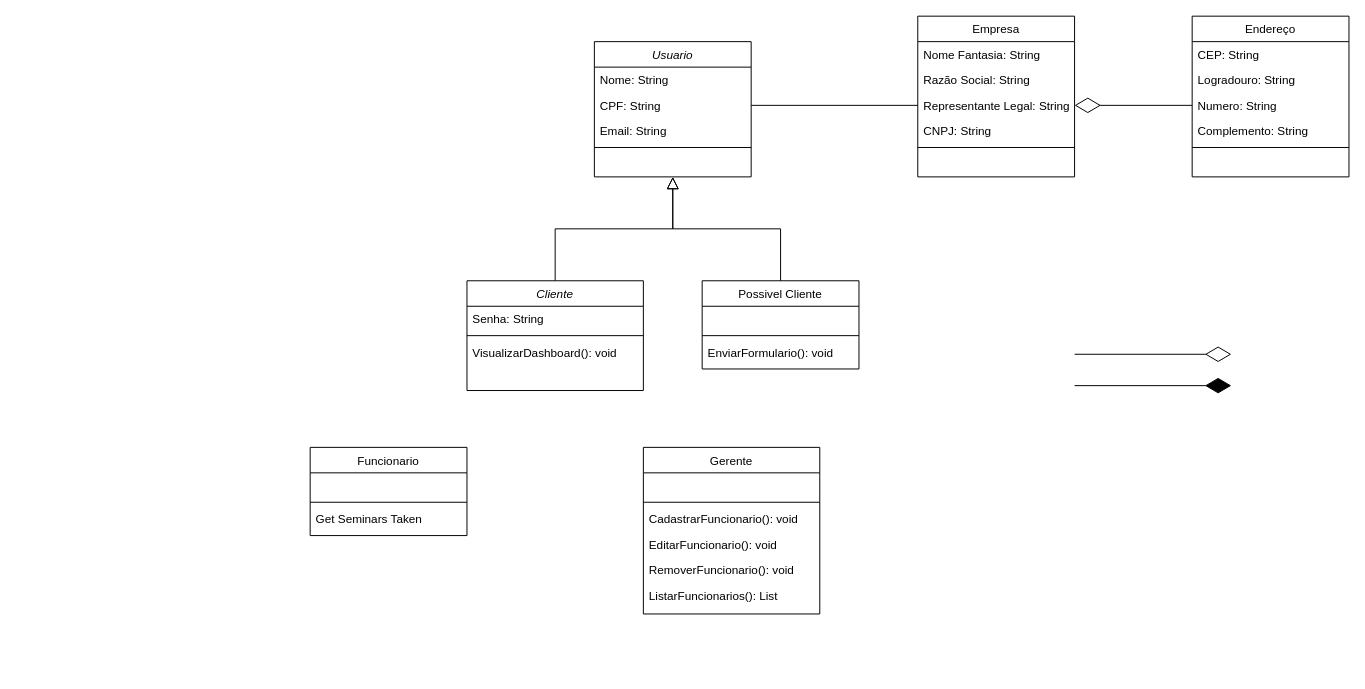
Before: Diagramas/Diagrama Classes Sistema.drawio in ViniEguchi/FYNX, a draw.io diagram. Source tidied: cells renumbered, new cells numbered last; positions are measured from the earlier drawing's top-left corner, leaving out a move shared by most shapes. Both pictures are drawn from the tidied source at 98%, with x=0, y=0 at pixel (310, 16).
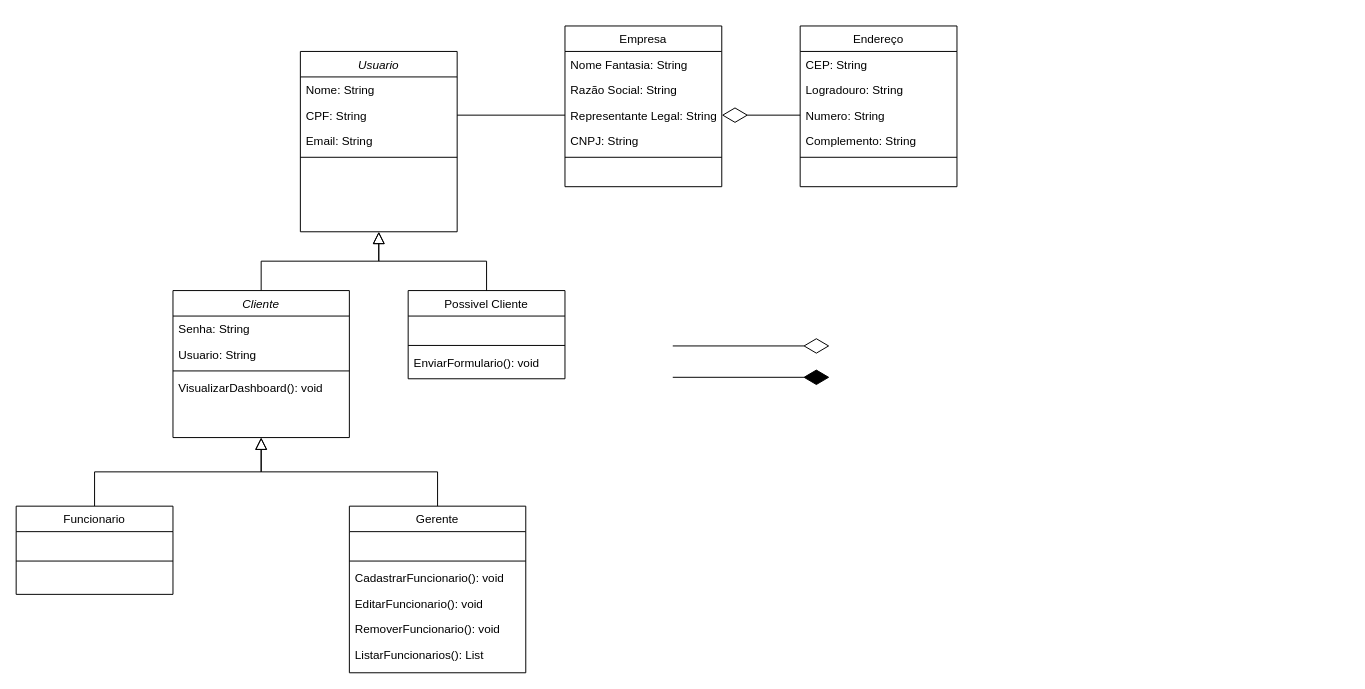
The same page after the edit.

Commit message:
feat: melhorias no diagrama de classes do sistema

Change to the diagram source:
```diff
@@
     <mxCell id="2" value="Usuario" style="swimlane;fontStyle=2;align=center;verticalAlign=top;horizontal=1;startSize=26;rounded=0;shadow=0;strokeWidth=1;" parent="1" vertex="1">
-      <mxGeometry x="290" y="26" width="160" height="138" as="geometry" />
+      <mxGeometry x="-10" y="36" width="160" height="184" as="geometry" />
     </mxCell>
@@
+    <mxCell id="47" style="edgeStyle=orthogonalEdgeStyle;rounded=0;jettySize=auto;html=1;exitX=0.5;exitY=0;exitDx=0;exitDy=0;entryX=0.5;entryY=1;entryDx=0;entryDy=0;endArrow=block;endFill=0;endSize=10;" parent="1" edge="1" source="8" target="42">
+      <mxGeometry relative="1" as="geometry" />
+    </mxCell>
     <mxCell id="8" value="Funcionario" style="swimlane;fontStyle=0;align=center;verticalAlign=top;horizontal=1;startSize=26;rounded=0;shadow=0;strokeWidth=1;" parent="1" vertex="1">
-      <mxGeometry y="440" width="160" height="90" as="geometry" />
+      <mxGeometry x="-300" y="500" width="160" height="90" as="geometry" />
     </mxCell>
@@
-    <mxCell id="11" value="Get Seminars Taken" style="text;align=left;verticalAlign=top;spacingLeft=4;spacingRight=4;overflow=hidden;" parent="8" vertex="1">
-      <mxGeometry y="60" width="160" height="26" as="geometry" />
-    </mxCell>
@@
     <mxCell id="13" value="Possivel Cliente" style="swimlane;fontStyle=0;align=center;verticalAlign=top;horizontal=1;startSize=26;rounded=0;shadow=0;strokeWidth=1;" parent="1" vertex="1">
-      <mxGeometry x="400" y="270" width="160" height="90" as="geometry" />
+      <mxGeometry x="100" y="280" width="160" height="90" as="geometry" />
     </mxCell>
@@
     <mxCell id="18" value="Empresa" style="swimlane;fontStyle=0;align=center;verticalAlign=top;horizontal=1;startSize=26;rounded=0;shadow=0;strokeWidth=1;" parent="1" vertex="1">
-      <mxGeometry x="620" width="160" height="164" as="geometry" />
+      <mxGeometry x="260" y="10" width="160" height="164" as="geometry" />
     </mxCell>
@@
     <mxCell id="25" style="endArrow=diamondThin;endFill=1;endSize=24;html=1;rounded=0;" parent="1" edge="1">
       <mxGeometry relative="1" as="geometry">
-        <mxPoint x="780" y="377" as="sourcePoint" />
-        <mxPoint x="940" y="377" as="targetPoint" />
+        <mxPoint x="370" y="368.5" as="sourcePoint" />
+        <mxPoint x="530" y="368.5" as="targetPoint" />
       </mxGeometry>
     </mxCell>
     <mxCell id="26" style="endArrow=diamondThin;endFill=0;endSize=24;html=1;rounded=0;" parent="1" edge="1">
       <mxGeometry relative="1" as="geometry">
-        <mxPoint x="780" y="345" as="sourcePoint" />
-        <mxPoint x="940" y="345" as="targetPoint" />
+        <mxPoint x="370" y="336.5" as="sourcePoint" />
+        <mxPoint x="530" y="336.5" as="targetPoint" />
       </mxGeometry>
     </mxCell>
     <mxCell id="27" value="Endereço" style="swimlane;fontStyle=0;align=center;verticalAlign=top;horizontal=1;startSize=26;rounded=0;shadow=0;strokeWidth=1;" parent="1" vertex="1">
-      <mxGeometry x="900" width="160" height="164" as="geometry" />
+      <mxGeometry x="500" y="10" width="160" height="164" as="geometry" />
     </mxCell>
@@
+    <mxCell id="48" style="edgeStyle=orthogonalEdgeStyle;rounded=0;jettySize=auto;html=1;exitX=0.5;exitY=0;exitDx=0;exitDy=0;entryX=0.5;entryY=1;entryDx=0;entryDy=0;endArrow=block;endFill=0;jumpSize=6;endSize=10;" parent="1" edge="1" source="35" target="42">
+      <mxGeometry relative="1" as="geometry" />
+    </mxCell>
     <mxCell id="35" value="Gerente" style="swimlane;fontStyle=0;align=center;verticalAlign=top;horizontal=1;startSize=26;rounded=0;shadow=0;strokeWidth=1;" parent="1" vertex="1">
-      <mxGeometry x="340" y="440" width="180" height="170" as="geometry" />
+      <mxGeometry x="40" y="500" width="180" height="170" as="geometry" />
     </mxCell>
@@
     <mxCell id="42" value="Cliente" style="swimlane;fontStyle=2;align=center;verticalAlign=top;horizontal=1;startSize=26;rounded=0;shadow=0;strokeWidth=1;" parent="1" vertex="1">
-      <mxGeometry x="160" y="270" width="180" height="112" as="geometry" />
+      <mxGeometry x="-140" y="280" width="180" height="150" as="geometry" />
     </mxCell>
@@
+    <mxCell id="49" value="Usuario: String" style="text;align=left;verticalAlign=top;spacingLeft=4;spacingRight=4;overflow=hidden;" parent="42" vertex="1">
+      <mxGeometry y="52" width="180" height="26" as="geometry" />
+    </mxCell>
     <mxCell id="44" style="line;html=1;strokeWidth=1;align=left;verticalAlign=middle;spacingTop=-1;spacingLeft=3;spacingRight=3;labelPosition=right;" parent="42" vertex="1">
-      <mxGeometry y="52" width="180" height="8" as="geometry" />
+      <mxGeometry y="78" width="180" height="8" as="geometry" />
     </mxCell>
     <mxCell id="45" value="VisualizarDashboard(): void" style="text;align=left;verticalAlign=top;spacingLeft=4;spacingRight=4;overflow=hidden;" parent="42" vertex="1">
-      <mxGeometry y="60" width="180" height="26" as="geometry" />
+      <mxGeometry y="86" width="180" height="26" as="geometry" />
     </mxCell>
```
